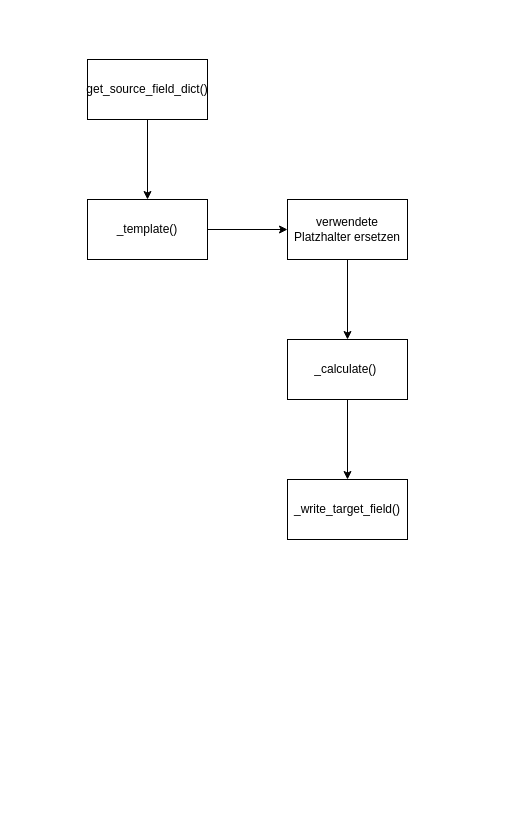
Above: page "calculator" (3 of 8) of doc/source/development/architecture/diagramms/process.drawio in fkie-cad/Logprep (draw.io), before the change. Source tidied: cells renumbered, new cells numbered last; positions are measured from the earlier drawing's top-left corner, leaving out a move shared by most shapes. Both pictures are drawn from the tidied source at 100%, with x=0, y=0 at pixel (87, 59).
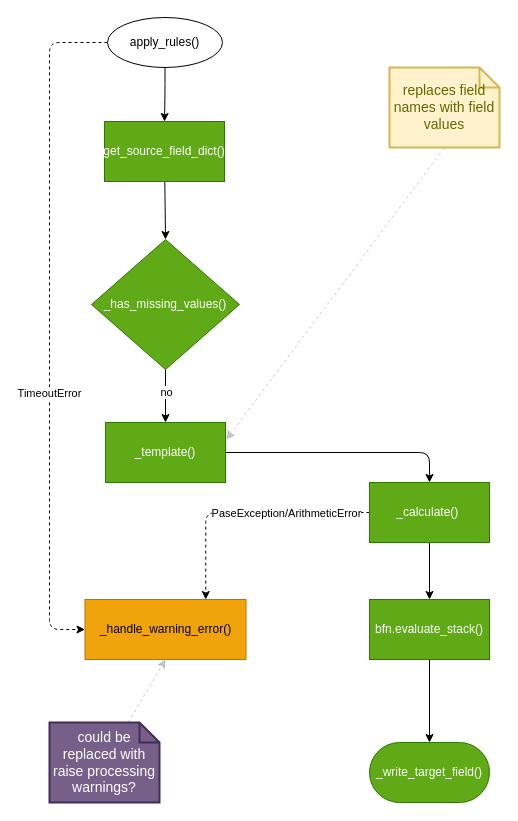
The same diagram, later.

Commit message:
update diagramm calculator

Diff of the diagram source:
```diff
@@
-    <mxCell id="2" style="edgeStyle=none;html=1;" parent="1" edge="1" source="3" target="5">
+    <mxCell id="2" style="edgeStyle=none;html=1;entryX=0.5;entryY=0;entryDx=0;entryDy=0;" parent="1" edge="1" source="3" target="16">
       <mxGeometry relative="1" as="geometry" />
     </mxCell>
-    <mxCell id="3" value="get_source_field_dict()" style="rounded=0;whiteSpace=wrap;html=1;" parent="1" vertex="1">
-      <mxGeometry width="120" height="60" as="geometry" />
+    <mxCell id="3" value="get_source_field_dict()" style="rounded=0;whiteSpace=wrap;html=1;fillColor=#60a917;fontColor=#ffffff;strokeColor=#2D7600;" parent="1" vertex="1">
+      <mxGeometry x="17" y="62" width="120" height="60" as="geometry" />
     </mxCell>
-    <mxCell id="4" style="edgeStyle=none;html=1;" parent="1" edge="1" source="5" target="7">
+    <mxCell id="4" style="edgeStyle=orthogonalEdgeStyle;html=1;entryX=0.5;entryY=0;entryDx=0;entryDy=0;" parent="1" edge="1" source="5" target="9">
       <mxGeometry relative="1" as="geometry" />
     </mxCell>
+    <mxCell id="11" style="html=1;entryX=0.5;entryY=1;entryDx=0;entryDy=0;entryPerimeter=0;dashed=1;endArrow=none;endFill=0;startArrow=classic;startFill=1;opacity=20;" parent="1" edge="1" target="19">
+      <mxGeometry relative="1" as="geometry">
+        <mxPoint x="139" y="380" as="sourcePoint" />
+      </mxGeometry>
+    </mxCell>
-    <mxCell id="5" value="_template()" style="whiteSpace=wrap;html=1;rounded=0;" parent="1" vertex="1">
-      <mxGeometry y="140" width="120" height="60" as="geometry" />
+    <mxCell id="5" value="_template()" style="whiteSpace=wrap;html=1;rounded=0;fillColor=#60a917;fontColor=#ffffff;strokeColor=#2D7600;" parent="1" vertex="1">
+      <mxGeometry x="18" y="363" width="120" height="60" as="geometry" />
     </mxCell>
-    <mxCell id="6" style="edgeStyle=none;html=1;" parent="1" edge="1" source="7" target="9">
-      <mxGeometry relative="1" as="geometry" />
-    </mxCell>
-    <mxCell id="7" value="verwendete Platzhalter ersetzen" style="whiteSpace=wrap;html=1;rounded=0;" parent="1" vertex="1">
-      <mxGeometry x="200" y="140" width="120" height="60" as="geometry" />
-    </mxCell>
-    <mxCell id="8" style="edgeStyle=none;html=1;" parent="1" edge="1" source="9" target="10">
+    <mxCell id="8" style="edgeStyle=none;html=1;" parent="1" edge="1" source="9" target="18">
       <mxGeometry relative="1" as="geometry" />
     </mxCell>
+    <mxCell id="12" style="edgeStyle=orthogonalEdgeStyle;html=1;entryX=0.75;entryY=0;entryDx=0;entryDy=0;startArrow=none;startFill=0;endArrow=classic;endFill=1;dashed=1;" parent="1" edge="1" source="9" target="20">
+      <mxGeometry relative="1" as="geometry" />
+    </mxCell>
+    <mxCell id="13" value="PaseException/ArithmeticError" style="edgeLabel;html=1;align=center;verticalAlign=middle;" parent="12" vertex="1">
+      <mxGeometry x="0.06" relative="1" as="geometry">
+        <mxPoint x="49" as="offset" />
+      </mxGeometry>
+    </mxCell>
-    <mxCell id="9" value="_calculate()&amp;nbsp;" style="whiteSpace=wrap;html=1;rounded=0;" parent="1" vertex="1">
-      <mxGeometry x="200" y="280" width="120" height="60" as="geometry" />
+    <mxCell id="9" value="_calculate()&amp;nbsp;" style="whiteSpace=wrap;html=1;rounded=0;fillColor=#60a917;fontColor=#ffffff;strokeColor=#2D7600;" parent="1" vertex="1">
+      <mxGeometry x="282" y="423" width="120" height="60" as="geometry" />
     </mxCell>
-    <mxCell id="10" value="_write_target_field()" style="whiteSpace=wrap;html=1;rounded=0;" parent="1" vertex="1">
-      <mxGeometry x="200" y="420" width="120" height="60" as="geometry" />
+    <mxCell id="10" value="_write_target_field()" style="whiteSpace=wrap;html=1;rounded=1;fillColor=#60a917;fontColor=#ffffff;strokeColor=#2D7600;arcSize=50;" parent="1" vertex="1">
+      <mxGeometry x="282" y="683" width="120" height="60" as="geometry" />
     </mxCell>
+    <mxCell id="14" style="edgeStyle=orthogonalEdgeStyle;html=1;entryX=0.5;entryY=0;entryDx=0;entryDy=0;" parent="1" edge="1" source="16" target="5">
+      <mxGeometry relative="1" as="geometry" />
+    </mxCell>
+    <mxCell id="15" value="no" style="edgeLabel;html=1;align=center;verticalAlign=middle;" parent="14" vertex="1">
+      <mxGeometry x="-0.18" relative="1" as="geometry" />
+    </mxCell>
+    <mxCell id="16" value="_has_missing_values()" style="rhombus;whiteSpace=wrap;html=1;fillColor=#60a917;fontColor=#ffffff;strokeColor=#2D7600;" parent="1" vertex="1">
+      <mxGeometry x="4" y="180" width="148" height="130" as="geometry" />
+    </mxCell>
+    <mxCell id="17" style="edgeStyle=none;html=1;entryX=0.5;entryY=0;entryDx=0;entryDy=0;startArrow=none;startFill=0;endArrow=classic;endFill=1;" parent="1" edge="1" source="18" target="10">
+      <mxGeometry relative="1" as="geometry" />
+    </mxCell>
+    <mxCell id="18" value="bfn.evaluate_stack()" style="rounded=0;whiteSpace=wrap;html=1;fillColor=#60a917;fontColor=#ffffff;strokeColor=#2D7600;" parent="1" vertex="1">
+      <mxGeometry x="282" y="540" width="120" height="60" as="geometry" />
+    </mxCell>
+    <mxCell id="19" value="replaces field names with field values" style="shape=note;strokeWidth=2;fontSize=14;size=20;whiteSpace=wrap;html=1;fillColor=#fff2cc;strokeColor=#d6b656;fontColor=#666600;" parent="1" vertex="1">
+      <mxGeometry x="302" y="8" width="110" height="80" as="geometry" />
+    </mxCell>
+    <mxCell id="20" value="_handle_warning_error()" style="rounded=0;whiteSpace=wrap;html=1;fillColor=#f0a30a;fontColor=#000000;strokeColor=#BD7000;" parent="1" vertex="1">
+      <mxGeometry x="-2.5" y="540" width="161" height="60" as="geometry" />
+    </mxCell>
+    <mxCell id="21" style="edgeStyle=orthogonalEdgeStyle;html=1;entryX=0;entryY=0.5;entryDx=0;entryDy=0;dashed=1;startArrow=none;startFill=0;endArrow=classic;endFill=1;" parent="1" edge="1" source="24" target="20">
+      <mxGeometry relative="1" as="geometry">
+        <Array as="points">
+          <mxPoint x="-38" y="-17" />
+          <mxPoint x="-38" y="570" />
+        </Array>
+      </mxGeometry>
+    </mxCell>
+    <mxCell id="22" value="TimeoutError" style="edgeLabel;html=1;align=center;verticalAlign=middle;" parent="21" vertex="1">
+      <mxGeometry x="0.2" y="-1" relative="1" as="geometry" />
+    </mxCell>
+    <mxCell id="23" style="edgeStyle=orthogonalEdgeStyle;html=1;startArrow=none;startFill=0;endArrow=classic;endFill=1;" parent="1" edge="1" source="24" target="3">
+      <mxGeometry relative="1" as="geometry" />
+    </mxCell>
+    <mxCell id="24" value="apply_rules()" style="ellipse;whiteSpace=wrap;html=1;" parent="1" vertex="1">
+      <mxGeometry x="20" y="-42" width="115" height="50" as="geometry" />
+    </mxCell>
+    <mxCell id="25" style="html=1;entryX=0.5;entryY=1;entryDx=0;entryDy=0;dashed=1;startArrow=none;startFill=0;endArrow=classic;endFill=1;opacity=20;" parent="1" edge="1" source="26" target="20">
+      <mxGeometry relative="1" as="geometry" />
+    </mxCell>
+    <mxCell id="26" value="could be replaced with raise processing warnings?" style="shape=note;strokeWidth=2;fontSize=14;size=20;whiteSpace=wrap;html=1;fillColor=#76608a;strokeColor=#432D57;fontColor=#ffffff;" parent="1" vertex="1">
+      <mxGeometry x="-38" y="663" width="110" height="80" as="geometry" />
+    </mxCell>
```
